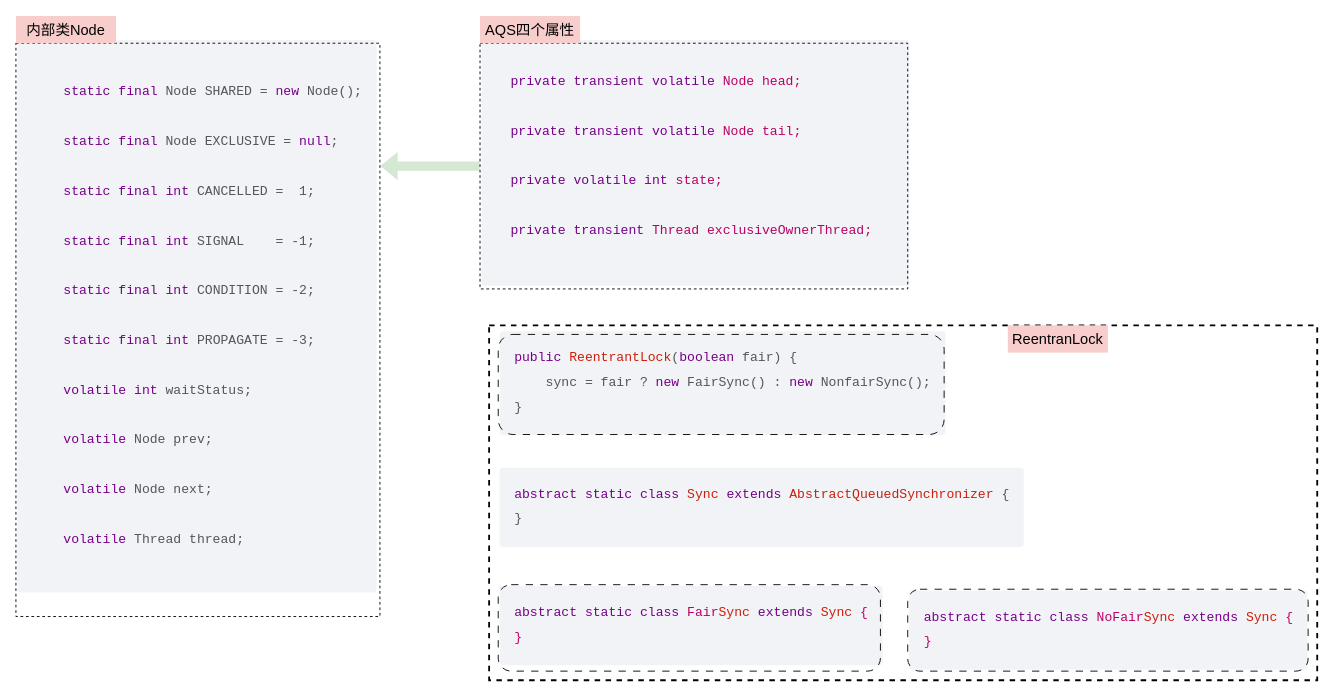
This is 流程画图/AQS.drawio from yuannp/workspace, a draw.io file, before an edit. Source tidied: cells renumbered, new cells numbered last; positions are measured from the earlier drawing's top-left corner, leaving out a move shared by most shapes. Both pictures are drawn from the tidied source at 91%, with x=0, y=0 at pixel (15, 15).
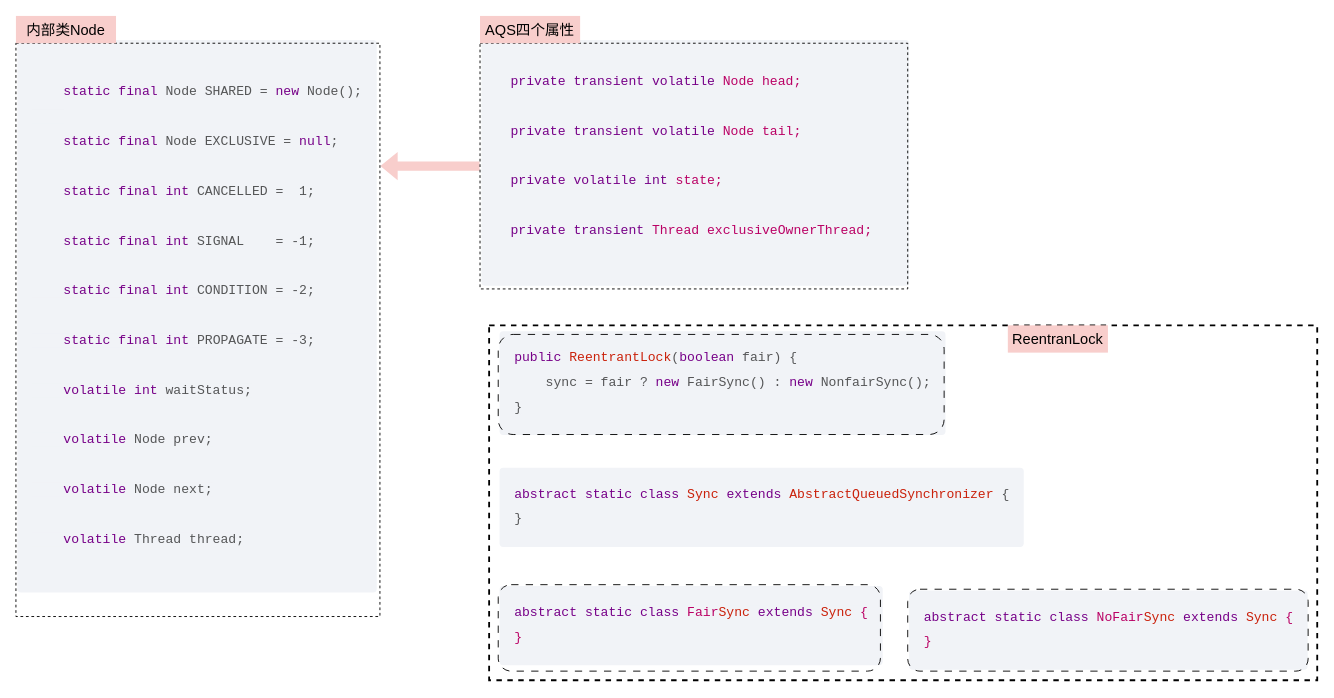
After the change.

What changed in the source:
```diff
@@
 <mxGraphModel>
   <root>
     <mxCell id="0" />
     <mxCell id="1" parent="0" />
     <mxCell id="2" value="&lt;pre style=&quot;box-sizing: border-box; font-size: 0.9rem; font-family: SFMono-Regular, Consolas, &amp;quot;Liberation Mono&amp;quot;, Menlo, Courier, monospace; margin-top: 0px; margin-bottom: 1em; overflow: auto; border: none; border-radius: 4px; padding: 1rem; line-height: 1.9; background-color: rgb(241, 243, 247); font-style: normal; font-variant-ligatures: normal; font-variant-caps: normal; font-weight: 400; letter-spacing: normal; orphans: 2; text-align: start; text-indent: 0px; text-transform: none; widows: 2; word-spacing: 0px; -webkit-text-stroke-width: 0px; text-decoration-thickness: initial; text-decoration-style: initial; text-decoration-color: initial;&quot;&gt;&lt;pre style=&quot;box-sizing: border-box; font-size: 0.9rem; font-family: SFMono-Regular, Consolas, &amp;quot;Liberation Mono&amp;quot;, Menlo, Courier, monospace; margin-top: 0px; margin-bottom: 1em; overflow: auto; border: none; border-radius: 4px; padding: 1rem; line-height: 1.9;&quot;&gt;&lt;code style=&quot;box-sizing: border-box; font-size: 1em; font-family: Courier, Monaco, Consolas, &amp;quot;Liberation Mono&amp;quot;, monospace; overflow-x: auto; overflow-wrap: normal; border: none; border-radius: 3px;&quot; class=&quot;lang-java hljs&quot;&gt;&lt;span style=&quot;color: rgb(119, 0, 136); box-sizing: border-box;&quot; class=&quot;hljs-keyword&quot;&gt;private&lt;/span&gt;&lt;font color=&quot;rgba(0, 0, 0, 0.65)&quot;&gt; &lt;/font&gt;&lt;span style=&quot;color: rgb(119, 0, 136); box-sizing: border-box;&quot; class=&quot;hljs-keyword&quot;&gt;transient&lt;/span&gt;&lt;font color=&quot;rgba(0, 0, 0, 0.65)&quot;&gt; &lt;/font&gt;&lt;span style=&quot;color: rgb(119, 0, 136); box-sizing: border-box;&quot; class=&quot;hljs-keyword&quot;&gt;volatile&lt;/span&gt;&lt;font color=&quot;rgba(0, 0, 0, 0.65)&quot;&gt; Node head;&lt;br&gt;&lt;br&gt;&lt;/font&gt;&lt;span style=&quot;color: rgb(119, 0, 136); box-sizing: border-box;&quot; class=&quot;hljs-keyword&quot;&gt;private&lt;/span&gt;&lt;font color=&quot;rgba(0, 0, 0, 0.65)&quot;&gt; &lt;/font&gt;&lt;span style=&quot;color: rgb(119, 0, 136); box-sizing: border-box;&quot; class=&quot;hljs-keyword&quot;&gt;transient&lt;/span&gt;&lt;font color=&quot;rgba(0, 0, 0, 0.65)&quot;&gt; &lt;/font&gt;&lt;span style=&quot;color: rgb(119, 0, 136); box-sizing: border-box;&quot; class=&quot;hljs-keyword&quot;&gt;volatile&lt;/span&gt;&lt;font color=&quot;rgba(0, 0, 0, 0.65)&quot;&gt; Node tail;&lt;br&gt;&lt;/font&gt;&lt;font color=&quot;rgba(0, 0, 0, 0.65)&quot;&gt;&lt;br&gt;&lt;/font&gt;&lt;span style=&quot;color: rgb(119, 0, 136); box-sizing: border-box;&quot; class=&quot;hljs-keyword&quot;&gt;private&lt;/span&gt;&lt;font color=&quot;rgba(0, 0, 0, 0.65)&quot;&gt; &lt;/font&gt;&lt;span style=&quot;color: rgb(119, 0, 136); box-sizing: border-box;&quot; class=&quot;hljs-keyword&quot;&gt;volatile&lt;/span&gt;&lt;font color=&quot;rgba(0, 0, 0, 0.65)&quot;&gt; &lt;/font&gt;&lt;span style=&quot;color: rgb(119, 0, 136); box-sizing: border-box;&quot; class=&quot;hljs-keyword&quot;&gt;int&lt;/span&gt;&lt;font color=&quot;rgba(0, 0, 0, 0.65)&quot;&gt; state;&lt;br&gt;&lt;/font&gt;&lt;font color=&quot;rgba(0, 0, 0, 0.65)&quot;&gt;&lt;br&gt;&lt;/font&gt;&lt;span style=&quot;color: rgb(119, 0, 136); box-sizing: border-box;&quot; class=&quot;hljs-keyword&quot;&gt;private&lt;/span&gt;&lt;font color=&quot;rgba(0, 0, 0, 0.65)&quot;&gt; &lt;/font&gt;&lt;span style=&quot;color: rgb(119, 0, 136); box-sizing: border-box;&quot; class=&quot;hljs-keyword&quot;&gt;transient&lt;/span&gt;&lt;font color=&quot;rgba(0, 0, 0, 0.65)&quot;&gt; Thread exclusiveOwnerThread; &lt;/font&gt;&lt;/code&gt;&lt;/pre&gt;&lt;/pre&gt;" style="text;whiteSpace=wrap;html=1;" parent="1" vertex="1">
       <mxGeometry x="510" y="20" width="470" height="270" as="geometry" />
     </mxCell>
-    <mxCell id="3" style="edgeStyle=orthogonalEdgeStyle;rounded=0;jettySize=auto;html=1;endArrow=classic;endFill=1;shape=flexArrow;fillColor=#d5e8d4;strokeColor=none;" parent="1" edge="1" source="4" target="7">
+    <mxCell id="3" style="edgeStyle=orthogonalEdgeStyle;rounded=0;jettySize=auto;html=1;endArrow=classic;endFill=1;shape=flexArrow;fillColor=#f8cecc;strokeColor=none;" parent="1" edge="1" source="4" target="7">
       <mxGeometry relative="1" as="geometry">
         <Array as="points">
           <mxPoint x="430" y="165" />
           <mxPoint x="430" y="165" />
         </Array>
       </mxGeometry>
     </mxCell>
     <mxCell id="4" style="rounded=0;whiteSpace=wrap;html=1;fillColor=none;dashed=1;" parent="1" vertex="1">
       <mxGeometry x="510" y="30" width="470" height="270" as="geometry" />
     </mxCell>
     <mxCell id="5" value="&lt;font style=&quot;font-size: 16px;&quot;&gt;AQS四个属性&lt;/font&gt;" style="text;html=1;strokeColor=none;fillColor=#f8cecc;align=center;verticalAlign=middle;whiteSpace=wrap;rounded=0;" parent="1" vertex="1">
       <mxGeometry x="510" width="110" height="30" as="geometry" />
     </mxCell>
     <mxCell id="6" value="&lt;pre style=&quot;box-sizing: border-box; font-size: 0.9rem; font-family: SFMono-Regular, Consolas, &amp;quot;Liberation Mono&amp;quot;, Menlo, Courier, monospace; margin-top: 0px; margin-bottom: 1em; overflow: auto; border: none; border-radius: 4px; padding: 1rem; line-height: 1.9; background-color: rgb(241, 243, 247); color: rgba(0, 0, 0, 0.65); font-style: normal; font-variant-ligatures: normal; font-variant-caps: normal; font-weight: 400; letter-spacing: normal; orphans: 2; text-align: start; text-indent: 0px; text-transform: none; widows: 2; word-spacing: 0px; -webkit-text-stroke-width: 0px; text-decoration-thickness: initial; text-decoration-style: initial; text-decoration-color: initial;&quot;&gt;&lt;code class=&quot;lang-java hljs&quot; style=&quot;box-sizing: border-box; font-size: 1em; font-family: Courier, Monaco, Consolas, &amp;quot;Liberation Mono&amp;quot;, monospace; overflow-x: auto; overflow-wrap: normal; background-color: rgb(241, 243, 247); border: none; border-radius: 3px;&quot;&gt;&lt;br&gt;    &lt;span class=&quot;hljs-keyword&quot; style=&quot;box-sizing: border-box; color: rgb(119, 0, 136); font-weight: 400;&quot;&gt;static&lt;/span&gt; &lt;span class=&quot;hljs-keyword&quot; style=&quot;box-sizing: border-box; color: rgb(119, 0, 136); font-weight: 400;&quot;&gt;final&lt;/span&gt; Node SHARED = &lt;span class=&quot;hljs-keyword&quot; style=&quot;box-sizing: border-box; color: rgb(119, 0, 136); font-weight: 400;&quot;&gt;new&lt;/span&gt; Node();&lt;br&gt;    &lt;br&gt;    &lt;span class=&quot;hljs-keyword&quot; style=&quot;box-sizing: border-box; color: rgb(119, 0, 136); font-weight: 400;&quot;&gt;static&lt;/span&gt; &lt;span class=&quot;hljs-keyword&quot; style=&quot;box-sizing: border-box; color: rgb(119, 0, 136); font-weight: 400;&quot;&gt;final&lt;/span&gt; Node EXCLUSIVE = &lt;span class=&quot;hljs-keyword&quot; style=&quot;box-sizing: border-box; color: rgb(119, 0, 136); font-weight: 400;&quot;&gt;null&lt;/span&gt;;&lt;br&gt;&lt;br&gt;    &lt;span class=&quot;hljs-keyword&quot; style=&quot;box-sizing: border-box; color: rgb(119, 0, 136); font-weight: 400;&quot;&gt;static&lt;/span&gt; &lt;span class=&quot;hljs-keyword&quot; style=&quot;box-sizing: border-box; color: rgb(119, 0, 136); font-weight: 400;&quot;&gt;final&lt;/span&gt; &lt;span class=&quot;hljs-keyword&quot; style=&quot;box-sizing: border-box; color: rgb(119, 0, 136); font-weight: 400;&quot;&gt;int&lt;/span&gt; CANCELLED =  &lt;span class=&quot;hljs-number&quot; style=&quot;box-sizing: border-box;&quot;&gt;1&lt;/span&gt;;&lt;br&gt;&lt;br&gt;    &lt;span class=&quot;hljs-keyword&quot; style=&quot;box-sizing: border-box; color: rgb(119, 0, 136); font-weight: 400;&quot;&gt;static&lt;/span&gt; &lt;span class=&quot;hljs-keyword&quot; style=&quot;box-sizing: border-box; color: rgb(119, 0, 136); font-weight: 400;&quot;&gt;final&lt;/span&gt; &lt;span class=&quot;hljs-keyword&quot; style=&quot;box-sizing: border-box; color: rgb(119, 0, 136); font-weight: 400;&quot;&gt;int&lt;/span&gt; SIGNAL    = -&lt;span class=&quot;hljs-number&quot; style=&quot;box-sizing: border-box;&quot;&gt;1&lt;/span&gt;;&lt;br&gt;&lt;br&gt;    &lt;span class=&quot;hljs-keyword&quot; style=&quot;box-sizing: border-box; color: rgb(119, 0, 136); font-weight: 400;&quot;&gt;static&lt;/span&gt; &lt;span class=&quot;hljs-keyword&quot; style=&quot;box-sizing: border-box; color: rgb(119, 0, 136); font-weight: 400;&quot;&gt;final&lt;/span&gt; &lt;span class=&quot;hljs-keyword&quot; style=&quot;box-sizing: border-box; color: rgb(119, 0, 136); font-weight: 400;&quot;&gt;int&lt;/span&gt; CONDITION = -&lt;span class=&quot;hljs-number&quot; style=&quot;box-sizing: border-box;&quot;&gt;2&lt;/span&gt;;&lt;br&gt;&lt;br&gt;    &lt;span class=&quot;hljs-keyword&quot; style=&quot;box-sizing: border-box; color: rgb(119, 0, 136); font-weight: 400;&quot;&gt;static&lt;/span&gt; &lt;span class=&quot;hljs-keyword&quot; style=&quot;box-sizing: border-box; color: rgb(119, 0, 136); font-weight: 400;&quot;&gt;final&lt;/span&gt; &lt;span class=&quot;hljs-keyword&quot; style=&quot;box-sizing: border-box; color: rgb(119, 0, 136); font-weight: 400;&quot;&gt;int&lt;/span&gt; PROPAGATE = -&lt;span class=&quot;hljs-number&quot; style=&quot;box-sizing: border-box;&quot;&gt;3&lt;/span&gt;;&lt;br&gt;&lt;br&gt;    &lt;span class=&quot;hljs-keyword&quot; style=&quot;box-sizing: border-box; color: rgb(119, 0, 136); font-weight: 400;&quot;&gt;volatile&lt;/span&gt; &lt;span class=&quot;hljs-keyword&quot; style=&quot;box-sizing: border-box; color: rgb(119, 0, 136); font-weight: 400;&quot;&gt;int&lt;/span&gt; waitStatus;&lt;br&gt;&lt;br&gt;    &lt;span class=&quot;hljs-keyword&quot; style=&quot;box-sizing: border-box; color: rgb(119, 0, 136); font-weight: 400;&quot;&gt;volatile&lt;/span&gt; Node prev;&lt;br&gt;&lt;br&gt;    &lt;span class=&quot;hljs-keyword&quot; style=&quot;box-sizing: border-box; color: rgb(119, 0, 136); font-weight: 400;&quot;&gt;volatile&lt;/span&gt; Node next;&lt;br&gt;&lt;br&gt;    &lt;span class=&quot;hljs-keyword&quot; style=&quot;box-sizing: border-box; color: rgb(119, 0, 136); font-weight: 400;&quot;&gt;volatile&lt;/span&gt; Thread thread;&lt;br&gt;&lt;br&gt;&lt;/code&gt;&lt;/pre&gt;" style="text;whiteSpace=wrap;html=1;dashed=1;" parent="1" vertex="1">
       <mxGeometry y="20" width="400" height="640" as="geometry" />
     </mxCell>
     <mxCell id="7" style="rounded=0;whiteSpace=wrap;html=1;fillColor=none;dashed=1;" parent="1" vertex="1">
       <mxGeometry y="30" width="400" height="630" as="geometry" />
     </mxCell>
     <mxCell id="8" value="&lt;span style=&quot;font-size: 16px;&quot;&gt;内部类Node&lt;/span&gt;" style="text;html=1;strokeColor=none;fillColor=#f8cecc;align=center;verticalAlign=middle;whiteSpace=wrap;rounded=0;" parent="1" vertex="1">
       <mxGeometry width="110" height="30" as="geometry" />
     </mxCell>
     <mxCell id="9" value="&lt;pre style=&quot;box-sizing: border-box; font-size: 0.9rem; font-family: SFMono-Regular, Consolas, &amp;quot;Liberation Mono&amp;quot;, Menlo, Courier, monospace; margin-top: 0px; margin-bottom: 1em; overflow: auto; border: none; border-radius: 4px; padding: 1rem; line-height: 1.9; background-color: rgb(241, 243, 247); color: rgba(0, 0, 0, 0.65); font-style: normal; font-variant-ligatures: normal; font-variant-caps: normal; font-weight: 400; letter-spacing: normal; orphans: 2; text-align: start; text-indent: 0px; text-transform: none; widows: 2; word-spacing: 0px; -webkit-text-stroke-width: 0px; text-decoration-thickness: initial; text-decoration-style: initial; text-decoration-color: initial;&quot;&gt;&lt;code class=&quot;lang-java hljs&quot; style=&quot;box-sizing: border-box; font-size: 1em; font-family: Courier, Monaco, Consolas, &amp;quot;Liberation Mono&amp;quot;, monospace; overflow-x: auto; overflow-wrap: normal; background-color: rgb(241, 243, 247); border: none; border-radius: 3px;&quot;&gt;&lt;span class=&quot;hljs-keyword&quot; style=&quot;box-sizing: border-box; color: rgb(119, 0, 136); font-weight: 400;&quot;&gt;abstract&lt;/span&gt; &lt;span class=&quot;hljs-keyword&quot; style=&quot;box-sizing: border-box; color: rgb(119, 0, 136); font-weight: 400;&quot;&gt;static&lt;/span&gt; &lt;span class=&quot;hljs-class&quot; style=&quot;box-sizing: border-box;&quot;&gt;&lt;span class=&quot;hljs-keyword&quot; style=&quot;box-sizing: border-box; color: rgb(119, 0, 136); font-weight: 400;&quot;&gt;class&lt;/span&gt; &lt;span class=&quot;hljs-title&quot; style=&quot;box-sizing: border-box; font-weight: 500; color: rgb(202, 33, 11);&quot;&gt;Sync&lt;/span&gt; &lt;span class=&quot;hljs-keyword&quot; style=&quot;box-sizing: border-box; color: rgb(119, 0, 136); font-weight: 400;&quot;&gt;extends&lt;/span&gt; &lt;span class=&quot;hljs-title&quot; style=&quot;box-sizing: border-box; font-weight: 500; color: rgb(202, 33, 11);&quot;&gt;AbstractQueuedSynchronizer&lt;/span&gt; &lt;/span&gt;{&#10;}&lt;/code&gt;&lt;/pre&gt;" style="text;whiteSpace=wrap;html=1;" parent="1" vertex="1">
       <mxGeometry x="530" y="490" width="580" height="100" as="geometry" />
     </mxCell>
     <mxCell id="10" value="&lt;pre style=&quot;box-sizing: border-box; font-size: 0.9rem; font-family: SFMono-Regular, Consolas, &amp;quot;Liberation Mono&amp;quot;, Menlo, Courier, monospace; margin-top: 0px; margin-bottom: 1em; overflow: auto; border: none; border-radius: 4px; padding: 1rem; line-height: 1.9; background-color: rgb(241, 243, 247); color: rgba(0, 0, 0, 0.65); font-style: normal; font-variant-ligatures: normal; font-variant-caps: normal; font-weight: 400; letter-spacing: normal; orphans: 2; text-align: start; text-indent: 0px; text-transform: none; widows: 2; word-spacing: 0px; -webkit-text-stroke-width: 0px; text-decoration-thickness: initial; text-decoration-style: initial; text-decoration-color: initial;&quot;&gt;&lt;code class=&quot;lang-java hljs&quot; style=&quot;box-sizing: border-box; font-size: 1em; font-family: Courier, Monaco, Consolas, &amp;quot;Liberation Mono&amp;quot;, monospace; overflow-x: auto; overflow-wrap: normal; background-color: rgb(241, 243, 247); border: none; border-radius: 3px;&quot;&gt;&lt;span class=&quot;hljs-function&quot; style=&quot;box-sizing: border-box;&quot;&gt;&lt;span class=&quot;hljs-keyword&quot; style=&quot;box-sizing: border-box; color: rgb(119, 0, 136); font-weight: 400;&quot;&gt;public&lt;/span&gt; &lt;span class=&quot;hljs-title&quot; style=&quot;box-sizing: border-box; font-weight: 500; color: rgb(202, 33, 11);&quot;&gt;ReentrantLock&lt;/span&gt;&lt;span class=&quot;hljs-params&quot; style=&quot;box-sizing: border-box;&quot;&gt;(&lt;span class=&quot;hljs-keyword&quot; style=&quot;box-sizing: border-box; color: rgb(119, 0, 136); font-weight: 400;&quot;&gt;boolean&lt;/span&gt; fair)&lt;/span&gt; &lt;/span&gt;{&#10;    sync = fair ? &lt;span class=&quot;hljs-keyword&quot; style=&quot;box-sizing: border-box; color: rgb(119, 0, 136); font-weight: 400;&quot;&gt;new&lt;/span&gt; FairSync() : &lt;span class=&quot;hljs-keyword&quot; style=&quot;box-sizing: border-box; color: rgb(119, 0, 136); font-weight: 400;&quot;&gt;new&lt;/span&gt; NonfairSync();&#10;}&lt;/code&gt;&lt;/pre&gt;" style="text;whiteSpace=wrap;html=1;" parent="1" vertex="1">
       <mxGeometry x="530" y="340" width="490" height="110" as="geometry" />
     </mxCell>
     <mxCell id="11" value="&lt;pre style=&quot;box-sizing: border-box; font-size: 0.9rem; font-family: SFMono-Regular, Consolas, &amp;quot;Liberation Mono&amp;quot;, Menlo, Courier, monospace; margin-top: 0px; margin-bottom: 1em; overflow: auto; border: none; border-radius: 4px; padding: 1rem; line-height: 1.9; background-color: rgb(241, 243, 247); font-style: normal; font-variant-ligatures: normal; font-variant-caps: normal; letter-spacing: normal; orphans: 2; text-align: start; text-indent: 0px; text-transform: none; widows: 2; word-spacing: 0px; -webkit-text-stroke-width: 0px; text-decoration-thickness: initial; text-decoration-style: initial; text-decoration-color: initial;&quot;&gt;&lt;code class=&quot;lang-java hljs&quot; style=&quot;box-sizing: border-box; font-size: 1em; font-family: Courier, Monaco, Consolas, &amp;quot;Liberation Mono&amp;quot;, monospace; overflow-x: auto; overflow-wrap: normal; background-color: rgb(241, 243, 247); border: none; border-radius: 3px;&quot;&gt;&lt;span class=&quot;hljs-keyword&quot; style=&quot;color: rgb(119, 0, 136); font-weight: 400; box-sizing: border-box;&quot;&gt;abstract&lt;/span&gt;&lt;font color=&quot;rgba(0, 0, 0, 0.65)&quot;&gt; &lt;/font&gt;&lt;span class=&quot;hljs-keyword&quot; style=&quot;color: rgb(119, 0, 136); font-weight: 400; box-sizing: border-box;&quot;&gt;static&lt;/span&gt;&lt;font color=&quot;rgba(0, 0, 0, 0.65)&quot;&gt; &lt;/font&gt;&lt;span class=&quot;hljs-class&quot; style=&quot;box-sizing: border-box;&quot;&gt;&lt;span class=&quot;hljs-keyword&quot; style=&quot;color: rgb(119, 0, 136); font-weight: 400; box-sizing: border-box;&quot;&gt;class&lt;/span&gt;&lt;font color=&quot;rgba(0, 0, 0, 0.65)&quot;&gt; Fair&lt;/font&gt;&lt;span class=&quot;hljs-title&quot; style=&quot;color: rgb(202, 33, 11); font-weight: 500; box-sizing: border-box;&quot;&gt;Sync&lt;/span&gt;&lt;font color=&quot;rgba(0, 0, 0, 0.65)&quot;&gt; &lt;/font&gt;&lt;span class=&quot;hljs-keyword&quot; style=&quot;color: rgb(119, 0, 136); font-weight: 400; box-sizing: border-box;&quot;&gt;extends&lt;/span&gt;&lt;font color=&quot;rgba(0, 0, 0, 0.65)&quot;&gt; &lt;/font&gt;&lt;font color=&quot;#ca210b&quot;&gt;Sync &lt;/font&gt;&lt;/span&gt;&lt;font color=&quot;rgba(0, 0, 0, 0.65)&quot;&gt;{&lt;br&gt;}&lt;/font&gt;&lt;/code&gt;&lt;/pre&gt;" style="text;whiteSpace=wrap;html=1;" parent="1" vertex="1">
       <mxGeometry x="530" y="620" width="420" height="100" as="geometry" />
     </mxCell>
     <mxCell id="12" value="&lt;pre style=&quot;border: none; color: rgb(0, 0, 0); font-style: normal; font-variant-ligatures: normal; font-variant-caps: normal; font-weight: 400; letter-spacing: normal; orphans: 2; text-indent: 0px; text-transform: none; widows: 2; word-spacing: 0px; -webkit-text-stroke-width: 0px; text-decoration-thickness: initial; text-decoration-style: initial; text-decoration-color: initial; box-sizing: border-box; font-size: 0.9rem; font-family: SFMono-Regular, Consolas, &amp;quot;Liberation Mono&amp;quot;, Menlo, Courier, monospace; margin-top: 0px; margin-bottom: 1em; overflow: auto; border-radius: 4px; padding: 1rem; line-height: 1.9; background-color: rgb(241, 243, 247); text-align: start;&quot;&gt;&lt;code class=&quot;lang-java hljs&quot; style=&quot;border: none; box-sizing: border-box; font-size: 1em; font-family: Courier, Monaco, Consolas, &amp;quot;Liberation Mono&amp;quot;, monospace; overflow-x: auto; overflow-wrap: normal; background-color: rgb(241, 243, 247); border-radius: 3px;&quot;&gt;&lt;span class=&quot;hljs-keyword&quot; style=&quot;border-color: var(--border-color); color: rgb(119, 0, 136); font-weight: 400; box-sizing: border-box;&quot;&gt;abstract&lt;/span&gt;&lt;font color=&quot;rgba(0, 0, 0, 0.65)&quot; style=&quot;border-color: var(--border-color);&quot;&gt; &lt;/font&gt;&lt;span class=&quot;hljs-keyword&quot; style=&quot;border-color: var(--border-color); color: rgb(119, 0, 136); font-weight: 400; box-sizing: border-box;&quot;&gt;static&lt;/span&gt;&lt;font color=&quot;rgba(0, 0, 0, 0.65)&quot; style=&quot;border-color: var(--border-color);&quot;&gt; &lt;/font&gt;&lt;span class=&quot;hljs-class&quot; style=&quot;border-color: var(--border-color); box-sizing: border-box;&quot;&gt;&lt;span class=&quot;hljs-keyword&quot; style=&quot;border-color: var(--border-color); color: rgb(119, 0, 136); font-weight: 400; box-sizing: border-box;&quot;&gt;class&lt;/span&gt;&lt;font color=&quot;rgba(0, 0, 0, 0.65)&quot; style=&quot;border-color: var(--border-color);&quot;&gt; NoFair&lt;/font&gt;&lt;span class=&quot;hljs-title&quot; style=&quot;border-color: var(--border-color); color: rgb(202, 33, 11); font-weight: 500; box-sizing: border-box;&quot;&gt;Sync&lt;/span&gt;&lt;font color=&quot;rgba(0, 0, 0, 0.65)&quot; style=&quot;border-color: var(--border-color);&quot;&gt; &lt;/font&gt;&lt;span class=&quot;hljs-keyword&quot; style=&quot;border-color: var(--border-color); color: rgb(119, 0, 136); font-weight: 400; box-sizing: border-box;&quot;&gt;extends&lt;/span&gt;&lt;font color=&quot;rgba(0, 0, 0, 0.65)&quot; style=&quot;border-color: var(--border-color);&quot;&gt; &lt;/font&gt;&lt;font color=&quot;#ca210b&quot; style=&quot;border-color: var(--border-color);&quot;&gt;Sync &lt;/font&gt;&lt;/span&gt;&lt;font color=&quot;rgba(0, 0, 0, 0.65)&quot; style=&quot;border-color: var(--border-color);&quot;&gt;{&lt;br style=&quot;border-color: var(--border-color);&quot;&gt;}&lt;/font&gt;&lt;/code&gt;&lt;/pre&gt;" style="text;whiteSpace=wrap;html=1;" parent="1" vertex="1">
       <mxGeometry x="980" y="625" width="440" height="95" as="geometry" />
     </mxCell>
     <mxCell id="13" style="rounded=0;whiteSpace=wrap;html=1;fillColor=none;strokeColor=#000000;dashed=1;shadow=0;glass=0;strokeWidth=2;" parent="1" vertex="1">
       <mxGeometry x="520" y="340" width="910" height="390" as="geometry" />
     </mxCell>
     <mxCell id="14" style="rounded=1;whiteSpace=wrap;html=1;fillColor=none;dashed=1;dashPattern=8 8;" parent="1" vertex="1">
       <mxGeometry x="530" y="350" width="490" height="110" as="geometry" />
     </mxCell>
     <mxCell id="15" style="rounded=1;whiteSpace=wrap;html=1;dashed=1;dashPattern=8 8;fillColor=none;" parent="1" vertex="1">
       <mxGeometry x="530" y="625" width="420" height="95" as="geometry" />
     </mxCell>
     <mxCell id="16" style="rounded=1;whiteSpace=wrap;html=1;dashed=1;dashPattern=8 8;fillColor=none;" parent="1" vertex="1">
       <mxGeometry x="980" y="630" width="440" height="90" as="geometry" />
     </mxCell>
     <mxCell id="17" value="&lt;span style=&quot;font-size: 16px;&quot;&gt;ReentranLock&lt;/span&gt;" style="text;html=1;strokeColor=none;fillColor=#f8cecc;align=center;verticalAlign=middle;whiteSpace=wrap;rounded=0;" parent="1" vertex="1">
       <mxGeometry x="1090" y="340" width="110" height="30" as="geometry" />
     </mxCell>
   </root>
 </mxGraphModel>
```
